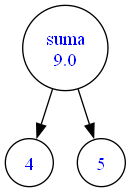
The Graphviz diagram GraficaArbol.png in Javier-201906795/LFP_S2_2023_Proyecto1_201906795, before a commit. Its source is kept beside it as GraficaArbol.dot.
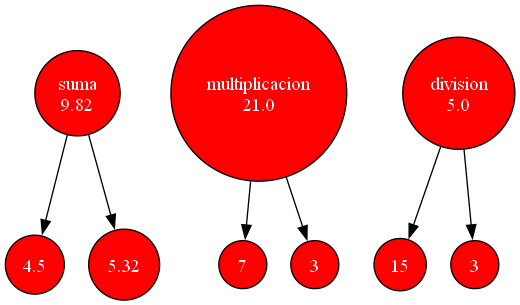
Later version of the same file.

Diff of the diagram source:
```diff
@@ -1,9 +1,21 @@
 digraph Grafica {
-	node [fillcolor=white fontcolor=blue shape=circle style=filled]
-	x1 [label=4]
-	x2 [label=5]
+	node [fillcolor=red fontcolor=white shape=circle style=filled]
+	x1 [label=4.5]
+	x2 [label=5.32]
 	x3 [label="suma
-9.0"]
+9.82"]
 	x3 -> x2
 	x3 -> x1
+	x4 [label=7]
+	x5 [label=3]
+	x6 [label="multiplicacion
+21.0"]
+	x6 -> x5
+	x6 -> x4
+	x7 [label=15]
+	x8 [label=3]
+	x9 [label="division
+5.0"]
+	x9 -> x8
+	x9 -> x7
 }
```
